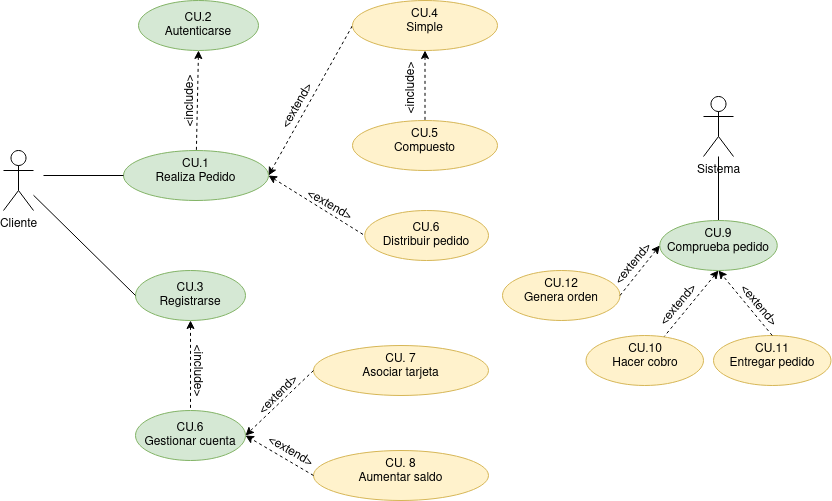
The draw.io diagram Tareas/casosUso/Tarea5-Tienda Virtual/TiendaVirtual.drawio.png in colidom/ets, before a commit. Source tidied: cells renumbered, new cells last; positions are measured from the earlier drawing's top-left corner, leaving out a move shared by most shapes. Source of this version:
```xml
<mxGraphModel>
  <root>
    <mxCell id="0" />
    <mxCell id="1" parent="0" />
    <mxCell id="2" style="rounded=0;jettySize=auto;html=1;entryX=0;entryY=0.5;entryDx=0;entryDy=0;dashed=1;" parent="1" edge="1" target="4">
      <mxGeometry relative="1" as="geometry">
        <mxPoint x="250" y="180" as="sourcePoint" />
      </mxGeometry>
    </mxCell>
    <mxCell id="3" style="rounded=0;jettySize=auto;html=1;exitX=1;exitY=0.5;exitDx=0;exitDy=0;entryX=0;entryY=0.5;entryDx=0;entryDy=0;startArrow=classic;startFill=1;endArrow=none;endFill=0;dashed=1;" parent="1" edge="1" source="4" target="16">
      <mxGeometry relative="1" as="geometry" />
    </mxCell>
    <mxCell id="4" value="&lt;div&gt;CU.1&lt;/div&gt;&lt;div&gt;Realiza Pedido&lt;/div&gt;" style="ellipse;whiteSpace=wrap;html=1;verticalAlign=top;fillColor=#d5e8d4;strokeColor=#82b366;" parent="1" vertex="1">
      <mxGeometry x="120" y="150" width="145" height="50" as="geometry" />
    </mxCell>
    <mxCell id="5" value="&lt;div&gt;CU. 7&lt;/div&gt;&lt;div&gt;Asociar tarjeta&lt;/div&gt;" style="ellipse;whiteSpace=wrap;html=1;verticalAlign=top;fillColor=#fff2cc;strokeColor=#d6b656;" parent="1" vertex="1">
      <mxGeometry x="310" y="345" width="175" height="50" as="geometry" />
    </mxCell>
    <mxCell id="6" value="Cliente" style="shape=umlActor;verticalLabelPosition=bottom;verticalAlign=top;html=1;outlineConnect=0;" parent="1" vertex="1">
      <mxGeometry y="150" width="30" height="60" as="geometry" />
    </mxCell>
    <mxCell id="7" style="edgeStyle=none;rounded=0;jettySize=auto;html=1;dashed=1;startArrow=classic;startFill=1;endArrow=none;endFill=0;" parent="1" edge="1" source="8" target="20">
      <mxGeometry relative="1" as="geometry" />
    </mxCell>
    <mxCell id="8" value="&lt;div&gt;CU.3&lt;/div&gt;&lt;div&gt;Registrarse&lt;br&gt;&lt;/div&gt;" style="ellipse;whiteSpace=wrap;html=1;fillColor=#d5e8d4;strokeColor=#82b366;" parent="1" vertex="1">
      <mxGeometry x="132" y="270" width="110" height="50" as="geometry" />
    </mxCell>
    <mxCell id="9" style="endArrow=none;html=1;rounded=0;entryX=0;entryY=0.5;entryDx=0;entryDy=0;endFill=0;" parent="1" edge="1" source="6" target="8">
      <mxGeometry relative="1" as="geometry" />
    </mxCell>
    <mxCell id="10" value="&amp;lt;include&amp;gt;" style="text;html=1;align=center;verticalAlign=middle;strokeColor=none;fillColor=none;rotation=-90;" parent="1" vertex="1">
      <mxGeometry x="147" y="86" width="80" height="30" as="geometry" />
    </mxCell>
    <mxCell id="11" style="edgeStyle=none;rounded=0;jettySize=auto;html=1;startArrow=none;startFill=0;endArrow=none;endFill=0;" parent="1" edge="1" source="12" target="28">
      <mxGeometry relative="1" as="geometry" />
    </mxCell>
    <mxCell id="12" value="Sistema" style="shape=umlActor;verticalLabelPosition=bottom;verticalAlign=top;html=1;outlineConnect=0;" parent="1" vertex="1">
      <mxGeometry x="700" y="96" width="30" height="60" as="geometry" />
    </mxCell>
    <mxCell id="13" value="&lt;div&gt;CU.2&lt;/div&gt;&lt;div&gt;Autenticarse&lt;br&gt;&lt;/div&gt;" style="ellipse;whiteSpace=wrap;html=1;fillColor=#d5e8d4;strokeColor=#82b366;" parent="1" vertex="1">
      <mxGeometry x="135" width="120" height="50" as="geometry" />
    </mxCell>
    <mxCell id="14" style="endArrow=none;html=1;rounded=0;dashed=1;exitX=0.5;exitY=1;exitDx=0;exitDy=0;endFill=0;startArrow=classic;startFill=1;" parent="1" edge="1" source="13" target="4">
      <mxGeometry relative="1" as="geometry" />
    </mxCell>
    <mxCell id="15" style="endArrow=none;html=1;rounded=0;entryX=0;entryY=0.5;entryDx=0;entryDy=0;endFill=0;" parent="1" edge="1" target="4">
      <mxGeometry relative="1" as="geometry">
        <mxPoint x="40" y="175" as="sourcePoint" />
      </mxGeometry>
    </mxCell>
    <mxCell id="16" value="&lt;div&gt;CU.4&lt;/div&gt;&lt;div&gt;Simple&lt;/div&gt;" style="ellipse;whiteSpace=wrap;html=1;verticalAlign=top;fillColor=#fff2cc;strokeColor=#d6b656;" parent="1" vertex="1">
      <mxGeometry x="349" width="145" height="50" as="geometry" />
    </mxCell>
    <mxCell id="17" value="&lt;div&gt;CU.5&lt;/div&gt;&lt;div&gt;Compuesto&lt;/div&gt;" style="ellipse;whiteSpace=wrap;html=1;verticalAlign=top;fillColor=#fff2cc;strokeColor=#d6b656;" parent="1" vertex="1">
      <mxGeometry x="349" y="120" width="145" height="50" as="geometry" />
    </mxCell>
    <mxCell id="18" style="rounded=0;jettySize=auto;html=1;exitX=0.5;exitY=1;exitDx=0;exitDy=0;startArrow=classic;startFill=1;endArrow=none;endFill=0;dashed=1;" parent="1" edge="1" source="16" target="17">
      <mxGeometry relative="1" as="geometry" />
    </mxCell>
    <mxCell id="19" value="&amp;lt;extend&amp;gt;" style="text;html=1;align=center;verticalAlign=middle;strokeColor=none;fillColor=none;rotation=-60;" parent="1" vertex="1">
      <mxGeometry x="259" y="91" width="70" height="30" as="geometry" />
    </mxCell>
    <mxCell id="20" value="&lt;div&gt;CU.6&lt;/div&gt;&lt;div&gt;Gestionar cuenta&lt;/div&gt;" style="ellipse;whiteSpace=wrap;html=1;fillColor=#d5e8d4;strokeColor=#82b366;" parent="1" vertex="1">
      <mxGeometry x="132" y="410" width="110" height="50" as="geometry" />
    </mxCell>
    <mxCell id="21" value="&amp;lt;include&amp;gt;" style="text;html=1;align=center;verticalAlign=middle;strokeColor=none;fillColor=none;rotation=90;" parent="1" vertex="1">
      <mxGeometry x="155" y="355" width="80" height="30" as="geometry" />
    </mxCell>
    <mxCell id="22" style="endArrow=classic;html=1;rounded=0;dashed=1;entryX=1;entryY=0.5;entryDx=0;entryDy=0;exitX=0;exitY=0.5;exitDx=0;exitDy=0;" parent="1" edge="1" source="5" target="20">
      <mxGeometry relative="1" as="geometry" />
    </mxCell>
    <mxCell id="23" value="&lt;div&gt;CU. 8&lt;/div&gt;&lt;div&gt;Aumentar saldo&lt;/div&gt;" style="ellipse;whiteSpace=wrap;html=1;verticalAlign=top;fillColor=#fff2cc;strokeColor=#d6b656;" parent="1" vertex="1">
      <mxGeometry x="310" y="450" width="175" height="50" as="geometry" />
    </mxCell>
    <mxCell id="24" style="endArrow=classic;html=1;rounded=0;dashed=1;entryX=1;entryY=0.5;entryDx=0;entryDy=0;exitX=0;exitY=0.5;exitDx=0;exitDy=0;" parent="1" edge="1" source="23" target="20">
      <mxGeometry relative="1" as="geometry" />
    </mxCell>
    <mxCell id="25" value="&amp;lt;extend&amp;gt;" style="text;html=1;align=center;verticalAlign=middle;strokeColor=none;fillColor=none;rotation=-45;" parent="1" vertex="1">
      <mxGeometry x="240" y="380" width="70" height="30" as="geometry" />
    </mxCell>
    <mxCell id="26" value="&amp;lt;extend&amp;gt;" style="text;html=1;align=center;verticalAlign=middle;strokeColor=none;fillColor=none;rotation=30;" parent="1" vertex="1">
      <mxGeometry x="252" y="436" width="70" height="30" as="geometry" />
    </mxCell>
    <mxCell id="27" style="edgeStyle=none;rounded=0;jettySize=auto;html=1;dashed=1;startArrow=classic;startFill=1;endArrow=none;endFill=0;exitX=0.5;exitY=1;exitDx=0;exitDy=0;" parent="1" edge="1" source="28" target="29">
      <mxGeometry relative="1" as="geometry" />
    </mxCell>
    <mxCell id="28" value="CU.9&lt;br&gt;Comprueba pedido" style="ellipse;whiteSpace=wrap;html=1;verticalAlign=top;fillColor=#d5e8d4;strokeColor=#82b366;" parent="1" vertex="1">
      <mxGeometry x="656.2" y="220" width="117.5" height="50" as="geometry" />
    </mxCell>
    <mxCell id="29" value="CU.10&lt;br&gt;Hacer cobro" style="ellipse;whiteSpace=wrap;html=1;verticalAlign=top;fillColor=#fff2cc;strokeColor=#d6b656;" parent="1" vertex="1">
      <mxGeometry x="582.5" y="335" width="117.5" height="50" as="geometry" />
    </mxCell>
    <mxCell id="30" value="CU.11&lt;br&gt;Entregar pedido" style="ellipse;whiteSpace=wrap;html=1;verticalAlign=top;fillColor=#fff2cc;strokeColor=#d6b656;" parent="1" vertex="1">
      <mxGeometry x="710" y="335" width="117.5" height="50" as="geometry" />
    </mxCell>
    <mxCell id="31" style="endArrow=classic;html=1;rounded=0;exitX=0.5;exitY=0;exitDx=0;exitDy=0;dashed=1;" parent="1" edge="1" source="30">
      <mxGeometry relative="1" as="geometry">
        <mxPoint x="715" y="270" as="targetPoint" />
      </mxGeometry>
    </mxCell>
    <mxCell id="32" value="&amp;lt;extend&amp;gt;" style="text;html=1;align=center;verticalAlign=middle;strokeColor=none;fillColor=none;rotation=-50;" parent="1" vertex="1">
      <mxGeometry x="640" y="290" width="70" height="30" as="geometry" />
    </mxCell>
    <mxCell id="33" value="&amp;lt;extend&amp;gt;" style="text;html=1;align=center;verticalAlign=middle;strokeColor=none;fillColor=none;rotation=50;" parent="1" vertex="1">
      <mxGeometry x="720" y="290" width="70" height="30" as="geometry" />
    </mxCell>
    <mxCell id="34" value="CU.6&lt;br&gt;Distribuir pedido" style="ellipse;whiteSpace=wrap;html=1;fillColor=#fff2cc;strokeColor=#d6b656;" parent="1" vertex="1">
      <mxGeometry x="361.2" y="210" width="123.8" height="50" as="geometry" />
    </mxCell>
    <mxCell id="35" value="&amp;lt;extend&amp;gt;" style="text;html=1;align=center;verticalAlign=middle;strokeColor=none;fillColor=none;rotation=30;" parent="1" vertex="1">
      <mxGeometry x="291.2" y="190" width="70" height="30" as="geometry" />
    </mxCell>
    <mxCell id="36" style="rounded=0;jettySize=auto;html=1;exitX=1;exitY=0.5;exitDx=0;exitDy=0;entryX=0;entryY=0.5;entryDx=0;entryDy=0;startArrow=classic;startFill=1;endArrow=none;endFill=0;dashed=1;" parent="1" edge="1" source="4" target="34">
      <mxGeometry relative="1" as="geometry" />
    </mxCell>
    <mxCell id="37" value="CU.12&lt;br&gt;Genera orden" style="ellipse;whiteSpace=wrap;html=1;verticalAlign=top;fillColor=#fff2cc;strokeColor=#d6b656;" parent="1" vertex="1">
      <mxGeometry x="499" y="270" width="117.5" height="50" as="geometry" />
    </mxCell>
    <mxCell id="38" value="&amp;lt;extend&amp;gt;" style="text;html=1;align=center;verticalAlign=middle;strokeColor=none;fillColor=none;rotation=-50;" parent="1" vertex="1">
      <mxGeometry x="595" y="249" width="70" height="30" as="geometry" />
    </mxCell>
    <mxCell id="39" style="endArrow=classic;html=1;rounded=0;exitX=1;exitY=0.5;exitDx=0;exitDy=0;dashed=1;entryX=0;entryY=0.5;entryDx=0;entryDy=0;" parent="1" edge="1" source="37" target="28">
      <mxGeometry relative="1" as="geometry" />
    </mxCell>
    <mxCell id="40" value="&amp;lt;include&amp;gt;" style="text;html=1;align=center;verticalAlign=middle;strokeColor=none;fillColor=none;rotation=-90;" parent="1" vertex="1">
      <mxGeometry x="368" y="73" width="80" height="30" as="geometry" />
    </mxCell>
  </root>
</mxGraphModel>
```
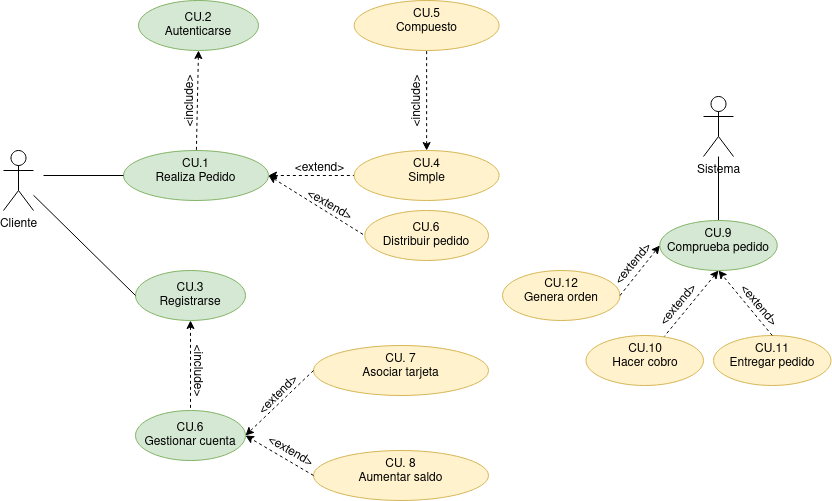
After the change.

Diff of the diagram source:
```diff
@@ -49,16 +49,16 @@
       </mxGeometry>
     </mxCell>
     <mxCell id="16" value="&lt;div&gt;CU.4&lt;/div&gt;&lt;div&gt;Simple&lt;/div&gt;" style="ellipse;whiteSpace=wrap;html=1;verticalAlign=top;fillColor=#fff2cc;strokeColor=#d6b656;" parent="1" vertex="1">
-      <mxGeometry x="349" width="145" height="50" as="geometry" />
+      <mxGeometry x="350.6" y="150" width="145" height="50" as="geometry" />
     </mxCell>
     <mxCell id="17" value="&lt;div&gt;CU.5&lt;/div&gt;&lt;div&gt;Compuesto&lt;/div&gt;" style="ellipse;whiteSpace=wrap;html=1;verticalAlign=top;fillColor=#fff2cc;strokeColor=#d6b656;" parent="1" vertex="1">
-      <mxGeometry x="349" y="120" width="145" height="50" as="geometry" />
+      <mxGeometry x="350.6" width="145" height="50" as="geometry" />
     </mxCell>
-    <mxCell id="18" style="rounded=0;jettySize=auto;html=1;exitX=0.5;exitY=1;exitDx=0;exitDy=0;startArrow=classic;startFill=1;endArrow=none;endFill=0;dashed=1;" parent="1" edge="1" source="16" target="17">
+    <mxCell id="18" style="rounded=0;jettySize=auto;html=1;exitX=0.5;exitY=0;exitDx=0;exitDy=0;startArrow=classic;startFill=1;endArrow=none;endFill=0;dashed=1;" parent="1" edge="1" source="16" target="17">
       <mxGeometry relative="1" as="geometry" />
     </mxCell>
-    <mxCell id="19" value="&amp;lt;extend&amp;gt;" style="text;html=1;align=center;verticalAlign=middle;strokeColor=none;fillColor=none;rotation=-60;" parent="1" vertex="1">
-      <mxGeometry x="259" y="91" width="70" height="30" as="geometry" />
+    <mxCell id="19" value="&amp;lt;extend&amp;gt;" style="text;html=1;align=center;verticalAlign=middle;strokeColor=none;fillColor=none;rotation=0;" parent="1" vertex="1">
+      <mxGeometry x="280.6" y="153" width="70" height="30" as="geometry" />
     </mxCell>
     <mxCell id="20" value="&lt;div&gt;CU.6&lt;/div&gt;&lt;div&gt;Gestionar cuenta&lt;/div&gt;" style="ellipse;whiteSpace=wrap;html=1;fillColor=#d5e8d4;strokeColor=#82b366;" parent="1" vertex="1">
       <mxGeometry x="132" y="410" width="110" height="50" as="geometry" />
@@ -123,7 +123,7 @@
       <mxGeometry relative="1" as="geometry" />
     </mxCell>
     <mxCell id="40" value="&amp;lt;include&amp;gt;" style="text;html=1;align=center;verticalAlign=middle;strokeColor=none;fillColor=none;rotation=-90;" parent="1" vertex="1">
-      <mxGeometry x="368" y="73" width="80" height="30" as="geometry" />
+      <mxGeometry x="374" y="86" width="80" height="30" as="geometry" />
     </mxCell>
   </root>
 </mxGraphModel>
```
